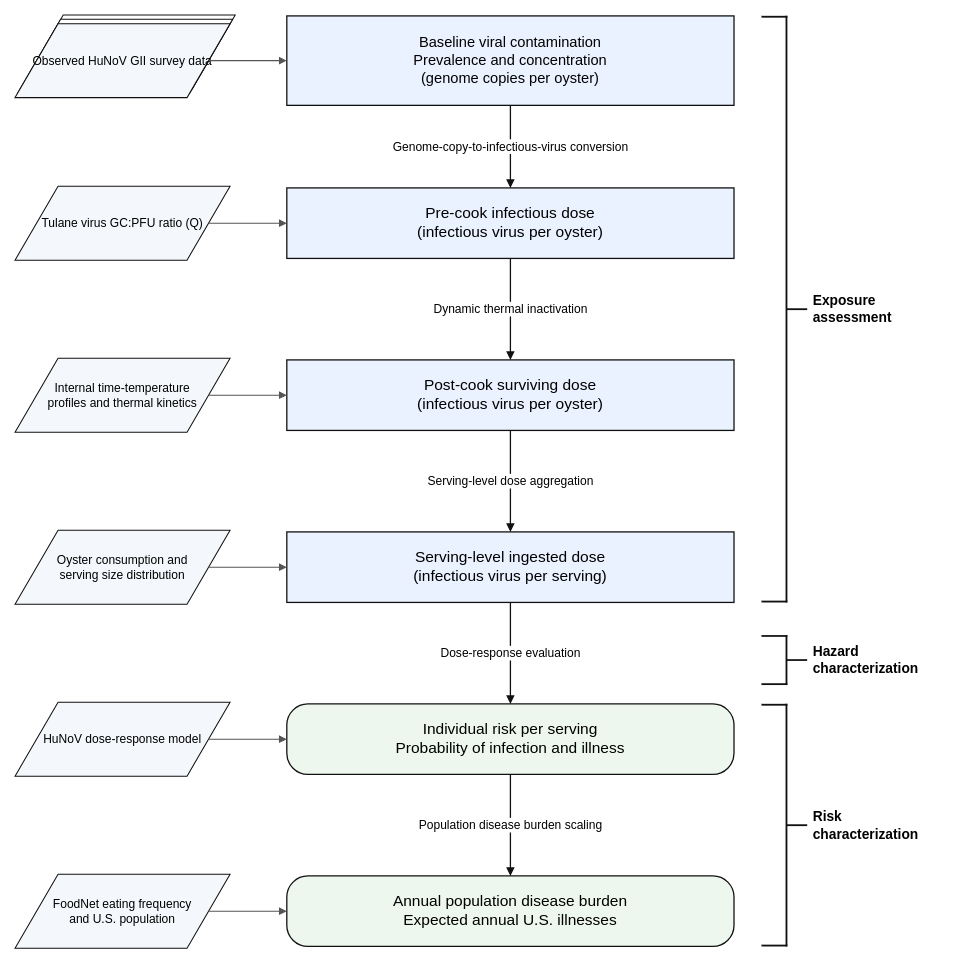
Before: figures/figure1_oyster_qmra_workflow.drawio in Weifanwu66/oyster-norovirus-qmra, a draw.io diagram. Source tidied: cells renumbered, new cells numbered last; positions are measured from the earlier drawing's top-left corner, leaving out a move shared by most shapes. Both pictures are drawn from the tidied source at 86%, with x=0, y=0 at pixel (15, 15).
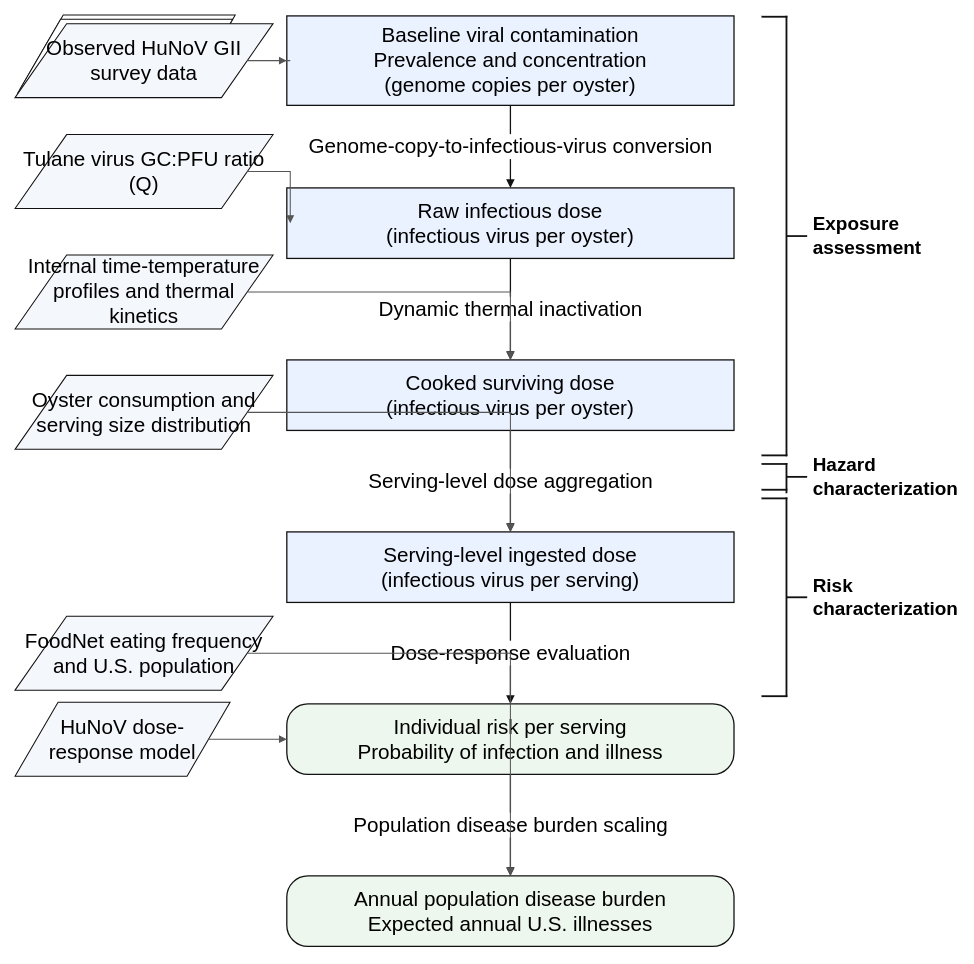
The same page after the edit.

Commit message (it also covers changes not shown here):
Update Figure 1 workflow diagram

The edit, as a diff of the source:
```diff
@@
-    <mxCell id="2" value="Baseline viral contamination&#10;Prevalence and concentration&#10;(genome copies per oyster)" style="rounded=0;whiteSpace=wrap;html=1;align=center;verticalAlign=middle;fontFamily=Arial;fontSize=17;fillColor=#EAF2FF;strokeColor=#111111;strokeWidth=1.5;spacing=8;" parent="1" vertex="1">
+    <mxCell id="2" value="Baseline viral contamination&#10;Prevalence and concentration&#10;(genome copies per oyster)" style="rounded=0;whiteSpace=wrap;html=1;align=center;verticalAlign=middle;fontFamily=Arial;fontSize=24;fillColor=#EAF2FF;strokeColor=#111111;strokeWidth=1.5;spacing=8;" parent="1" vertex="1">
       <mxGeometry x="316" y="1" width="520" height="104" as="geometry" />
     </mxCell>
-    <mxCell id="3" value="Pre-cook infectious dose&#10;(infectious virus per oyster)" style="rounded=0;whiteSpace=wrap;html=1;align=center;verticalAlign=middle;fontFamily=Arial;fontSize=18;fillColor=#EAF2FF;strokeColor=#111111;strokeWidth=1.5;spacing=8;" parent="1" vertex="1">
+    <mxCell id="3" value="Raw infectious dose&#10;(infectious virus per oyster)" style="rounded=0;whiteSpace=wrap;html=1;align=center;verticalAlign=middle;fontFamily=Arial;fontSize=24;fillColor=#EAF2FF;strokeColor=#111111;strokeWidth=1.5;spacing=8;" parent="1" vertex="1">
       <mxGeometry x="316" y="201" width="520" height="82" as="geometry" />
     </mxCell>
-    <mxCell id="4" value="Post-cook surviving dose&#10;(infectious virus per oyster)" style="rounded=0;whiteSpace=wrap;html=1;align=center;verticalAlign=middle;fontFamily=Arial;fontSize=18;fillColor=#EAF2FF;strokeColor=#111111;strokeWidth=1.5;spacing=8;" parent="1" vertex="1">
+    <mxCell id="4" value="Cooked surviving dose&#10;(infectious virus per oyster)" style="rounded=0;whiteSpace=wrap;html=1;align=center;verticalAlign=middle;fontFamily=Arial;fontSize=24;fillColor=#EAF2FF;strokeColor=#111111;strokeWidth=1.5;spacing=8;" parent="1" vertex="1">
       <mxGeometry x="316" y="401" width="520" height="82" as="geometry" />
     </mxCell>
-    <mxCell id="5" value="Serving-level ingested dose&#10;(infectious virus per serving)" style="rounded=0;whiteSpace=wrap;html=1;align=center;verticalAlign=middle;fontFamily=Arial;fontSize=18;fillColor=#EAF2FF;strokeColor=#111111;strokeWidth=1.5;spacing=8;" parent="1" vertex="1">
+    <mxCell id="5" value="Serving-level ingested dose&#10;(infectious virus per serving)" style="rounded=0;whiteSpace=wrap;html=1;align=center;verticalAlign=middle;fontFamily=Arial;fontSize=24;fillColor=#EAF2FF;strokeColor=#111111;strokeWidth=1.5;spacing=8;" parent="1" vertex="1">
       <mxGeometry x="316" y="601" width="520" height="82" as="geometry" />
     </mxCell>
-    <mxCell id="6" value="Individual risk per serving&#10;Probability of infection and illness" style="rounded=1;arcSize=30;whiteSpace=wrap;html=1;align=center;verticalAlign=middle;fontFamily=Arial;fontSize=18;fillColor=#EDF7ED;strokeColor=#111111;strokeWidth=1.5;spacing=8;" parent="1" vertex="1">
+    <mxCell id="6" value="Individual risk per serving&#10;Probability of infection and illness" style="rounded=1;arcSize=30;whiteSpace=wrap;html=1;align=center;verticalAlign=middle;fontFamily=Arial;fontSize=24;fillColor=#EDF7ED;strokeColor=#111111;strokeWidth=1.5;spacing=8;" parent="1" vertex="1">
       <mxGeometry x="316" y="801" width="520" height="82" as="geometry" />
     </mxCell>
-    <mxCell id="7" value="Annual population disease burden&#10;Expected annual U.S. illnesses" style="rounded=1;arcSize=30;whiteSpace=wrap;html=1;align=center;verticalAlign=middle;fontFamily=Arial;fontSize=18;fillColor=#EDF7ED;strokeColor=#111111;strokeWidth=1.5;spacing=8;" parent="1" vertex="1">
+    <mxCell id="7" value="Annual population disease burden&#10;Expected annual U.S. illnesses" style="rounded=1;arcSize=30;whiteSpace=wrap;html=1;align=center;verticalAlign=middle;fontFamily=Arial;fontSize=24;fillColor=#EDF7ED;strokeColor=#111111;strokeWidth=1.5;spacing=8;" parent="1" vertex="1">
       <mxGeometry x="316" y="1001" width="520" height="82" as="geometry" />
     </mxCell>
@@
-    <mxCell id="10" value="Observed HuNoV GII survey data" style="shape=parallelogram;perimeter=parallelogramPerimeter;whiteSpace=wrap;html=1;align=center;verticalAlign=middle;fontFamily=Arial;fontSize=14;fillColor=#F4F7FB;strokeColor=#111111;strokeWidth=1.2;spacing=7;" parent="1" vertex="1">
-      <mxGeometry y="10" width="250" height="86" as="geometry" />
+    <mxCell id="10" value="Observed HuNoV GII survey data" style="shape=parallelogram;perimeter=parallelogramPerimeter;whiteSpace=wrap;html=1;align=center;verticalAlign=middle;fontFamily=Arial;fontSize=24;fillColor=#F4F7FB;strokeColor=#111111;strokeWidth=1.2;spacing=7;" parent="1" vertex="1">
+      <mxGeometry y="10" width="300" height="86" as="geometry" />
     </mxCell>
-    <mxCell id="11" value="Tulane virus GC:PFU ratio (Q)" style="shape=parallelogram;perimeter=parallelogramPerimeter;whiteSpace=wrap;html=1;align=center;verticalAlign=middle;fontFamily=Arial;fontSize=14;fillColor=#F4F7FB;strokeColor=#111111;strokeWidth=1.2;spacing=7;" parent="1" vertex="1">
-      <mxGeometry y="199" width="250" height="86" as="geometry" />
+    <mxCell id="11" value="Tulane virus GC:PFU ratio (Q)" style="shape=parallelogram;perimeter=parallelogramPerimeter;whiteSpace=wrap;html=1;align=center;verticalAlign=middle;fontFamily=Arial;fontSize=24;fillColor=#F4F7FB;strokeColor=#111111;strokeWidth=1.2;spacing=7;" parent="1" vertex="1">
+      <mxGeometry y="139" width="300" height="86" as="geometry" />
     </mxCell>
-    <mxCell id="12" value="Internal time-temperature&#10;profiles and thermal kinetics" style="shape=parallelogram;perimeter=parallelogramPerimeter;whiteSpace=wrap;html=1;align=center;verticalAlign=middle;fontFamily=Arial;fontSize=14;fillColor=#F4F7FB;strokeColor=#111111;strokeWidth=1.2;spacing=7;" parent="1" vertex="1">
-      <mxGeometry y="399" width="250" height="86" as="geometry" />
+    <mxCell id="12" value="Internal time-temperature&#10;profiles and thermal kinetics" style="shape=parallelogram;perimeter=parallelogramPerimeter;whiteSpace=wrap;html=1;align=center;verticalAlign=middle;fontFamily=Arial;fontSize=24;fillColor=#F4F7FB;strokeColor=#111111;strokeWidth=1.2;spacing=7;" parent="1" vertex="1">
+      <mxGeometry y="279" width="300" height="86" as="geometry" />
     </mxCell>
-    <mxCell id="13" value="Oyster consumption and&#10;serving size distribution" style="shape=parallelogram;perimeter=parallelogramPerimeter;whiteSpace=wrap;html=1;align=center;verticalAlign=middle;fontFamily=Arial;fontSize=14;fillColor=#F4F7FB;strokeColor=#111111;strokeWidth=1.2;spacing=7;" parent="1" vertex="1">
-      <mxGeometry y="599" width="250" height="86" as="geometry" />
+    <mxCell id="13" value="Oyster consumption and&#10;serving size distribution" style="shape=parallelogram;perimeter=parallelogramPerimeter;whiteSpace=wrap;html=1;align=center;verticalAlign=middle;fontFamily=Arial;fontSize=24;fillColor=#F4F7FB;strokeColor=#111111;strokeWidth=1.2;spacing=7;" parent="1" vertex="1">
+      <mxGeometry y="419" width="300" height="86" as="geometry" />
     </mxCell>
-    <mxCell id="14" value="HuNoV dose-response model" style="shape=parallelogram;perimeter=parallelogramPerimeter;whiteSpace=wrap;html=1;align=center;verticalAlign=middle;fontFamily=Arial;fontSize=14;fillColor=#F4F7FB;strokeColor=#111111;strokeWidth=1.2;spacing=7;" parent="1" vertex="1">
+    <mxCell id="14" value="HuNoV dose-response model" style="shape=parallelogram;perimeter=parallelogramPerimeter;whiteSpace=wrap;html=1;align=center;verticalAlign=middle;fontFamily=Arial;fontSize=24;fillColor=#F4F7FB;strokeColor=#111111;strokeWidth=1.2;spacing=7;" parent="1" vertex="1">
       <mxGeometry y="799" width="250" height="86" as="geometry" />
     </mxCell>
-    <mxCell id="15" value="FoodNet eating frequency&#10;and U.S. population" style="shape=parallelogram;perimeter=parallelogramPerimeter;whiteSpace=wrap;html=1;align=center;verticalAlign=middle;fontFamily=Arial;fontSize=14;fillColor=#F4F7FB;strokeColor=#111111;strokeWidth=1.2;spacing=7;" parent="1" vertex="1">
-      <mxGeometry y="999" width="250" height="86" as="geometry" />
+    <mxCell id="15" value="FoodNet eating frequency&#10;and U.S. population" style="shape=parallelogram;perimeter=parallelogramPerimeter;whiteSpace=wrap;html=1;align=center;verticalAlign=middle;fontFamily=Arial;fontSize=24;fillColor=#F4F7FB;strokeColor=#111111;strokeWidth=1.2;spacing=7;" parent="1" vertex="1">
+      <mxGeometry y="699" width="300" height="86" as="geometry" />
     </mxCell>
-    <mxCell id="16" value="Genome-copy-to-infectious-virus conversion" style="edgeStyle=orthogonalEdgeStyle;rounded=0;jettySize=auto;html=1;strokeColor=#111111;strokeWidth=1.5;endArrow=block;endFill=1;fontFamily=Arial;fontSize=14;labelBackgroundColor=#FFFFFF;align=center;verticalAlign=middle;" parent="1" edge="1" source="2" target="3">
+    <mxCell id="16" value="Genome-copy-to-infectious-virus conversion" style="edgeStyle=orthogonalEdgeStyle;rounded=0;jettySize=auto;html=1;strokeColor=#111111;strokeWidth=1.5;endArrow=block;endFill=1;fontFamily=Arial;fontSize=24;labelBackgroundColor=#FFFFFF;align=center;verticalAlign=middle;" parent="1" edge="1" source="2" target="3">
       <mxGeometry relative="1" as="geometry" />
     </mxCell>
-    <mxCell id="17" value="Dynamic thermal inactivation" style="edgeStyle=orthogonalEdgeStyle;rounded=0;jettySize=auto;html=1;strokeColor=#111111;strokeWidth=1.5;endArrow=block;endFill=1;fontFamily=Arial;fontSize=14;labelBackgroundColor=#FFFFFF;align=center;verticalAlign=middle;" parent="1" edge="1" source="3" target="4">
+    <mxCell id="17" value="Dynamic thermal inactivation" style="edgeStyle=orthogonalEdgeStyle;rounded=0;jettySize=auto;html=1;strokeColor=#111111;strokeWidth=1.5;endArrow=block;endFill=1;fontFamily=Arial;fontSize=24;labelBackgroundColor=#FFFFFF;align=center;verticalAlign=middle;" parent="1" edge="1" source="3" target="4">
       <mxGeometry relative="1" as="geometry" />
     </mxCell>
-    <mxCell id="18" value="Serving-level dose aggregation" style="edgeStyle=orthogonalEdgeStyle;rounded=0;jettySize=auto;html=1;strokeColor=#111111;strokeWidth=1.5;endArrow=block;endFill=1;fontFamily=Arial;fontSize=14;labelBackgroundColor=#FFFFFF;align=center;verticalAlign=middle;" parent="1" edge="1" source="4" target="5">
+    <mxCell id="18" value="Serving-level dose aggregation" style="edgeStyle=orthogonalEdgeStyle;rounded=0;jettySize=auto;html=1;strokeColor=#111111;strokeWidth=1.5;endArrow=block;endFill=1;fontFamily=Arial;fontSize=24;labelBackgroundColor=#FFFFFF;align=center;verticalAlign=middle;" parent="1" edge="1" source="4" target="5">
       <mxGeometry relative="1" as="geometry" />
     </mxCell>
-    <mxCell id="19" value="Dose-response evaluation" style="edgeStyle=orthogonalEdgeStyle;rounded=0;jettySize=auto;html=1;strokeColor=#111111;strokeWidth=1.5;endArrow=block;endFill=1;fontFamily=Arial;fontSize=14;labelBackgroundColor=#FFFFFF;align=center;verticalAlign=middle;" parent="1" edge="1" source="5" target="6">
+    <mxCell id="19" value="Dose-response evaluation" style="edgeStyle=orthogonalEdgeStyle;rounded=0;jettySize=auto;html=1;strokeColor=#111111;strokeWidth=1.5;endArrow=block;endFill=1;fontFamily=Arial;fontSize=24;labelBackgroundColor=#FFFFFF;align=center;verticalAlign=middle;" parent="1" edge="1" source="5" target="6">
       <mxGeometry relative="1" as="geometry" />
     </mxCell>
-    <mxCell id="20" value="Population disease burden scaling" style="edgeStyle=orthogonalEdgeStyle;rounded=0;jettySize=auto;html=1;strokeColor=#111111;strokeWidth=1.5;endArrow=block;endFill=1;fontFamily=Arial;fontSize=14;labelBackgroundColor=#FFFFFF;align=center;verticalAlign=middle;" parent="1" edge="1" source="6" target="7">
+    <mxCell id="20" value="Population disease burden scaling" style="edgeStyle=orthogonalEdgeStyle;rounded=0;jettySize=auto;html=1;strokeColor=#111111;strokeWidth=1.5;endArrow=block;endFill=1;fontFamily=Arial;fontSize=24;labelBackgroundColor=#FFFFFF;align=center;verticalAlign=middle;" parent="1" edge="1" source="6" target="7">
       <mxGeometry relative="1" as="geometry" />
     </mxCell>
@@
     <mxCell id="27" style="rounded=0;whiteSpace=wrap;html=1;fillColor=#111111;strokeColor=#111111;strokeWidth=0;" parent="1" vertex="1">
-      <mxGeometry x="896" y="1" width="2" height="682" as="geometry" />
+      <mxGeometry x="896" y="1" width="2" height="512" as="geometry" />
     </mxCell>
@@
     <mxCell id="29" style="rounded=0;whiteSpace=wrap;html=1;fillColor=#111111;strokeColor=#111111;strokeWidth=0;" parent="1" vertex="1">
-      <mxGeometry x="868" y="681" width="30" height="2" as="geometry" />
+      <mxGeometry x="868" y="511" width="30" height="2" as="geometry" />
     </mxCell>
     <mxCell id="30" style="rounded=0;whiteSpace=wrap;html=1;fillColor=#111111;strokeColor=#111111;strokeWidth=0;" parent="1" vertex="1">
-      <mxGeometry x="897" y="341" width="24" height="2" as="geometry" />
+      <mxGeometry x="897" y="256" width="24" height="2" as="geometry" />
     </mxCell>
-    <mxCell id="31" value="Exposure&#10;assessment" style="text;html=1;strokeColor=none;fillColor=none;align=left;verticalAlign=middle;whiteSpace=wrap;fontFamily=Arial;fontSize=16;fontStyle=1;" parent="1" vertex="1">
-      <mxGeometry x="926" y="311" width="155" height="62" as="geometry" />
+    <mxCell id="31" value="Exposure&#10;assessment" style="text;html=1;strokeColor=none;fillColor=none;align=left;verticalAlign=middle;whiteSpace=wrap;fontFamily=Arial;fontSize=22;fontStyle=1;" parent="1" vertex="1">
+      <mxGeometry x="926" y="226" width="155" height="62" as="geometry" />
     </mxCell>
     <mxCell id="32" style="rounded=0;whiteSpace=wrap;html=1;fillColor=#111111;strokeColor=#111111;strokeWidth=0;" parent="1" vertex="1">
-      <mxGeometry x="896" y="721" width="2" height="58" as="geometry" />
+      <mxGeometry x="896" y="521" width="2" height="35" as="geometry" />
     </mxCell>
     <mxCell id="33" style="rounded=0;whiteSpace=wrap;html=1;fillColor=#111111;strokeColor=#111111;strokeWidth=0;" parent="1" vertex="1">
-      <mxGeometry x="868" y="721" width="30" height="2" as="geometry" />
+      <mxGeometry x="868" y="521" width="30" height="2" as="geometry" />
     </mxCell>
     <mxCell id="34" style="rounded=0;whiteSpace=wrap;html=1;fillColor=#111111;strokeColor=#111111;strokeWidth=0;" parent="1" vertex="1">
-      <mxGeometry x="868" y="777" width="30" height="2" as="geometry" />
+      <mxGeometry x="868" y="551" width="30" height="2" as="geometry" />
     </mxCell>
     <mxCell id="35" style="rounded=0;whiteSpace=wrap;html=1;fillColor=#111111;strokeColor=#111111;strokeWidth=0;" parent="1" vertex="1">
-      <mxGeometry x="897" y="749" width="24" height="2" as="geometry" />
+      <mxGeometry x="897" y="536" width="24" height="2" as="geometry" />
     </mxCell>
-    <mxCell id="36" value="Hazard&#10;characterization" style="text;html=1;strokeColor=none;fillColor=none;align=left;verticalAlign=middle;whiteSpace=wrap;fontFamily=Arial;fontSize=16;fontStyle=1;" parent="1" vertex="1">
-      <mxGeometry x="926" y="719" width="172" height="62" as="geometry" />
+    <mxCell id="36" value="Hazard&#10;characterization" style="text;html=1;strokeColor=none;fillColor=none;align=left;verticalAlign=middle;whiteSpace=wrap;fontFamily=Arial;fontSize=22;fontStyle=1;" parent="1" vertex="1">
+      <mxGeometry x="926" y="506" width="172" height="62" as="geometry" />
     </mxCell>
     <mxCell id="37" style="rounded=0;whiteSpace=wrap;html=1;fillColor=#111111;strokeColor=#111111;strokeWidth=0;" parent="1" vertex="1">
-      <mxGeometry x="896" y="801" width="2" height="282" as="geometry" />
+      <mxGeometry x="896" y="561" width="2" height="232" as="geometry" />
     </mxCell>
     <mxCell id="38" style="rounded=0;whiteSpace=wrap;html=1;fillColor=#111111;strokeColor=#111111;strokeWidth=0;" parent="1" vertex="1">
-      <mxGeometry x="868" y="801" width="30" height="2" as="geometry" />
+      <mxGeometry x="868" y="561" width="30" height="2" as="geometry" />
     </mxCell>
     <mxCell id="39" style="rounded=0;whiteSpace=wrap;html=1;fillColor=#111111;strokeColor=#111111;strokeWidth=0;" parent="1" vertex="1">
-      <mxGeometry x="868" y="1081" width="30" height="2" as="geometry" />
+      <mxGeometry x="868" y="791" width="30" height="2" as="geometry" />
     </mxCell>
     <mxCell id="40" style="rounded=0;whiteSpace=wrap;html=1;fillColor=#111111;strokeColor=#111111;strokeWidth=0;" parent="1" vertex="1">
-      <mxGeometry x="897" y="941" width="24" height="2" as="geometry" />
+      <mxGeometry x="897" y="676" width="24" height="2" as="geometry" />
     </mxCell>
-    <mxCell id="41" value="Risk&#10;characterization" style="text;html=1;strokeColor=none;fillColor=none;align=left;verticalAlign=middle;whiteSpace=wrap;fontFamily=Arial;fontSize=16;fontStyle=1;" parent="1" vertex="1">
-      <mxGeometry x="926" y="911" width="172" height="62" as="geometry" />
+    <mxCell id="41" value="Risk&#10;characterization" style="text;html=1;strokeColor=none;fillColor=none;align=left;verticalAlign=middle;whiteSpace=wrap;fontFamily=Arial;fontSize=22;fontStyle=1;" parent="1" vertex="1">
+      <mxGeometry x="926" y="646" width="172" height="62" as="geometry" />
     </mxCell>
```
